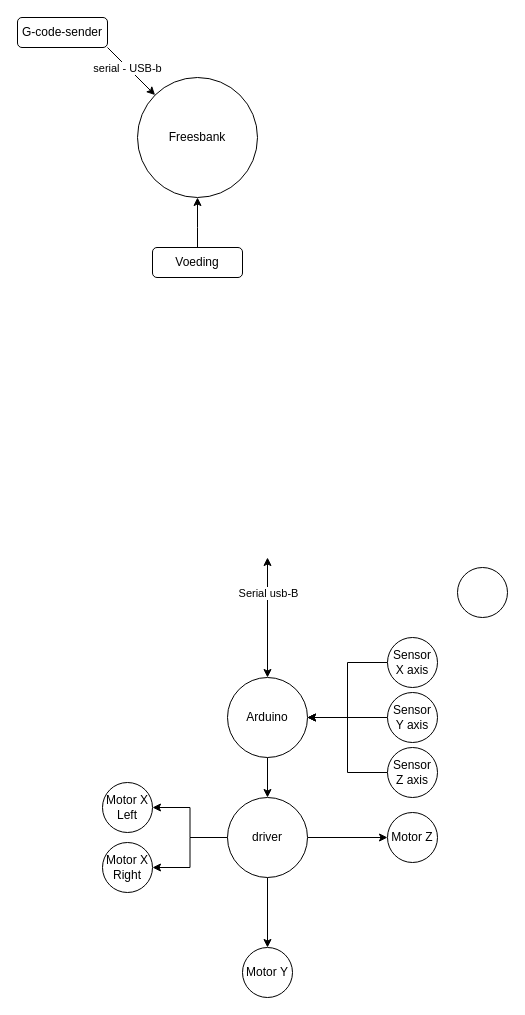
Before: page "SystemArchitecture" (1 of 2) of documentatie/bronnen/diagrams.drawio in OlafGoud/Freesbank, a draw.io diagram. Source tidied: cells renumbered, new cells numbered last; positions are measured from the earlier drawing's top-left corner, leaving out a move shared by most shapes. Both pictures are drawn from the tidied source at 100%, with x=0, y=0 at pixel (17, 17).
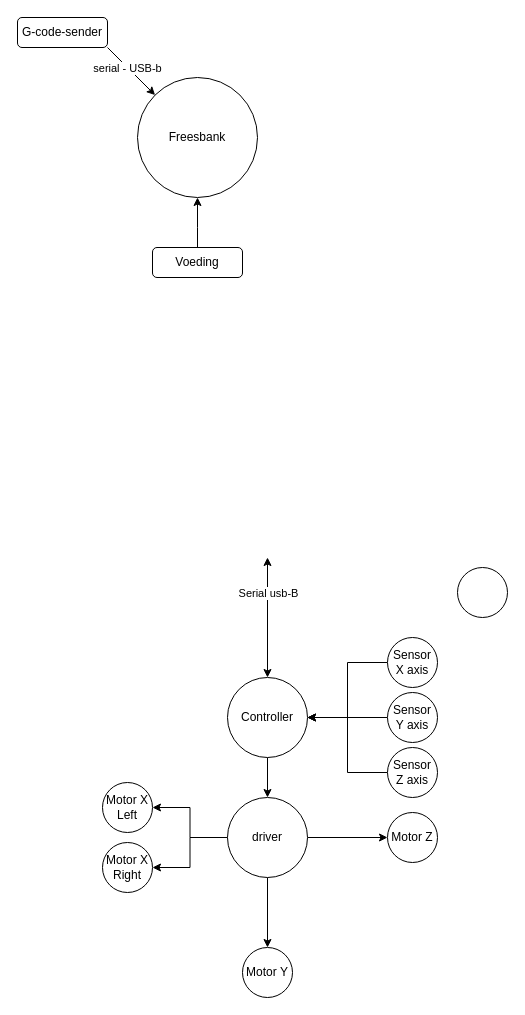
After the change.

Commit message (it also covers changes not shown here):
added diagrams changes and requiremnt changes

Diff of the diagram source:
```diff
@@
-    <mxCell id="9" value="Arduino" style="ellipse;whiteSpace=wrap;html=1;" parent="1" vertex="1">
+    <mxCell id="9" value="Controller" style="ellipse;whiteSpace=wrap;html=1;" parent="1" vertex="1">
       <mxGeometry x="210" y="660" width="80" height="80" as="geometry" />
     </mxCell>
```
